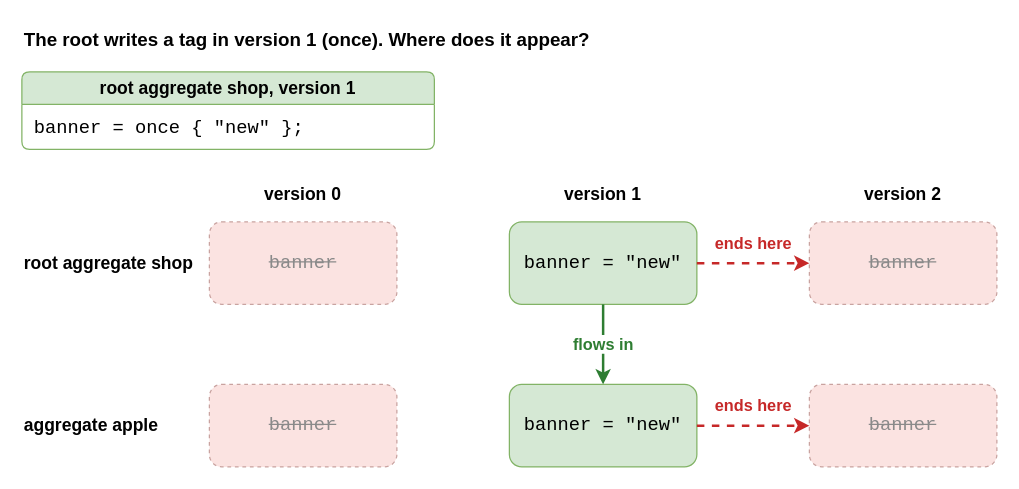
Earlier version of the draw.io diagram drawio/31_tag_mode_once.drawio (goloveshin/galimatron_doc). Source tidied: cells renumbered, new cells numbered last; positions are measured from the earlier drawing's top-left corner, leaving out a move shared by most shapes. Both pictures are drawn from the tidied source at 125%, with x=0, y=0 at pixel (21, 21).
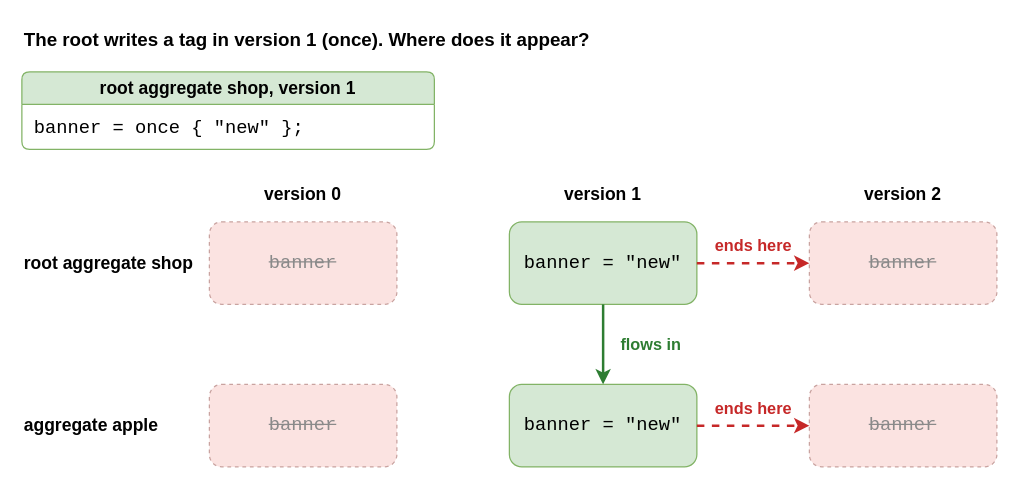
Above is the later version.

Unchanged cells that the change refers to:
```xml
<mxCell id="12" value="banner = &quot;new&quot;" style="rounded=1;whiteSpace=wrap;html=1;fillColor=#d5e8d4;strokeColor=#82b366;fontFamily=Courier New;fontSize=15;" parent="1" vertex="1">
  <mxGeometry x="390" y="160" width="150" height="66" as="geometry" />
</mxCell>
<mxCell id="13" value="banner = &quot;new&quot;" style="rounded=1;whiteSpace=wrap;html=1;fillColor=#d5e8d4;strokeColor=#82b366;fontFamily=Courier New;fontSize=15;" parent="1" vertex="1">
  <mxGeometry x="390" y="290" width="150" height="66" as="geometry" />
</mxCell>
<mxCell id="14" value="&lt;span style=&quot;color:#8a8a8a;text-decoration:line-through;&quot;&gt;banner&lt;/span&gt;" style="rounded=1;whiteSpace=wrap;html=1;fillColor=#fbe3e1;strokeColor=#c9a3a0;dashed=1;fontFamily=Courier New;fontSize=15;" parent="1" vertex="1">
  <mxGeometry x="630" y="160" width="150" height="66" as="geometry" />
</mxCell>
<mxCell id="15" value="&lt;span style=&quot;color:#8a8a8a;text-decoration:line-through;&quot;&gt;banner&lt;/span&gt;" style="rounded=1;whiteSpace=wrap;html=1;fillColor=#fbe3e1;strokeColor=#c9a3a0;dashed=1;fontFamily=Courier New;fontSize=15;" parent="1" vertex="1">
  <mxGeometry x="630" y="290" width="150" height="66" as="geometry" />
</mxCell>
```

What changed in the source:
```diff
@@
-    <mxCell id="16" value="ends here" style="endArrow=classic;html=1;strokeWidth=2;strokeColor=#c62828;fontColor=#c62828;fontStyle=1;fontSize=13;labelBackgroundColor=#ffffff;edgeStyle=none;dashed=1;" parent="1" edge="1" source="12" target="14">
+    <mxCell id="16" value="ends here" style="endArrow=classic;html=1;strokeWidth=2;strokeColor=#c62828;fontColor=#c62828;fontStyle=1;fontSize=13;edgeStyle=none;dashed=1;" parent="1" edge="1" source="12" target="14">
       <mxGeometry relative="1" as="geometry">
-        <mxPoint y="-16" as="offset" />
+        <mxPoint y="-14" as="offset" />
       </mxGeometry>
     </mxCell>
-    <mxCell id="17" value="flows in" style="endArrow=classic;html=1;strokeWidth=2;strokeColor=#2e7d32;fontColor=#2e7d32;fontStyle=1;fontSize=13;labelBackgroundColor=#ffffff;edgeStyle=none;" parent="1" edge="1" source="12" target="13">
-      <mxGeometry relative="1" as="geometry" />
+    <mxCell id="17" value="flows in" style="endArrow=classic;html=1;strokeWidth=2;strokeColor=#2e7d32;fontColor=#2e7d32;fontStyle=1;fontSize=13;edgeStyle=none;" parent="1" edge="1" source="12" target="13">
+      <mxGeometry relative="1" as="geometry">
+        <mxPoint x="38" as="offset" />
+      </mxGeometry>
     </mxCell>
-    <mxCell id="18" value="ends here" style="endArrow=classic;html=1;strokeWidth=2;strokeColor=#c62828;fontColor=#c62828;fontStyle=1;fontSize=13;labelBackgroundColor=#ffffff;edgeStyle=none;dashed=1;" parent="1" edge="1" source="13" target="15">
+    <mxCell id="18" value="ends here" style="endArrow=classic;html=1;strokeWidth=2;strokeColor=#c62828;fontColor=#c62828;fontStyle=1;fontSize=13;edgeStyle=none;dashed=1;" parent="1" edge="1" source="13" target="15">
       <mxGeometry relative="1" as="geometry">
-        <mxPoint y="-16" as="offset" />
+        <mxPoint y="-14" as="offset" />
       </mxGeometry>
     </mxCell>
```
